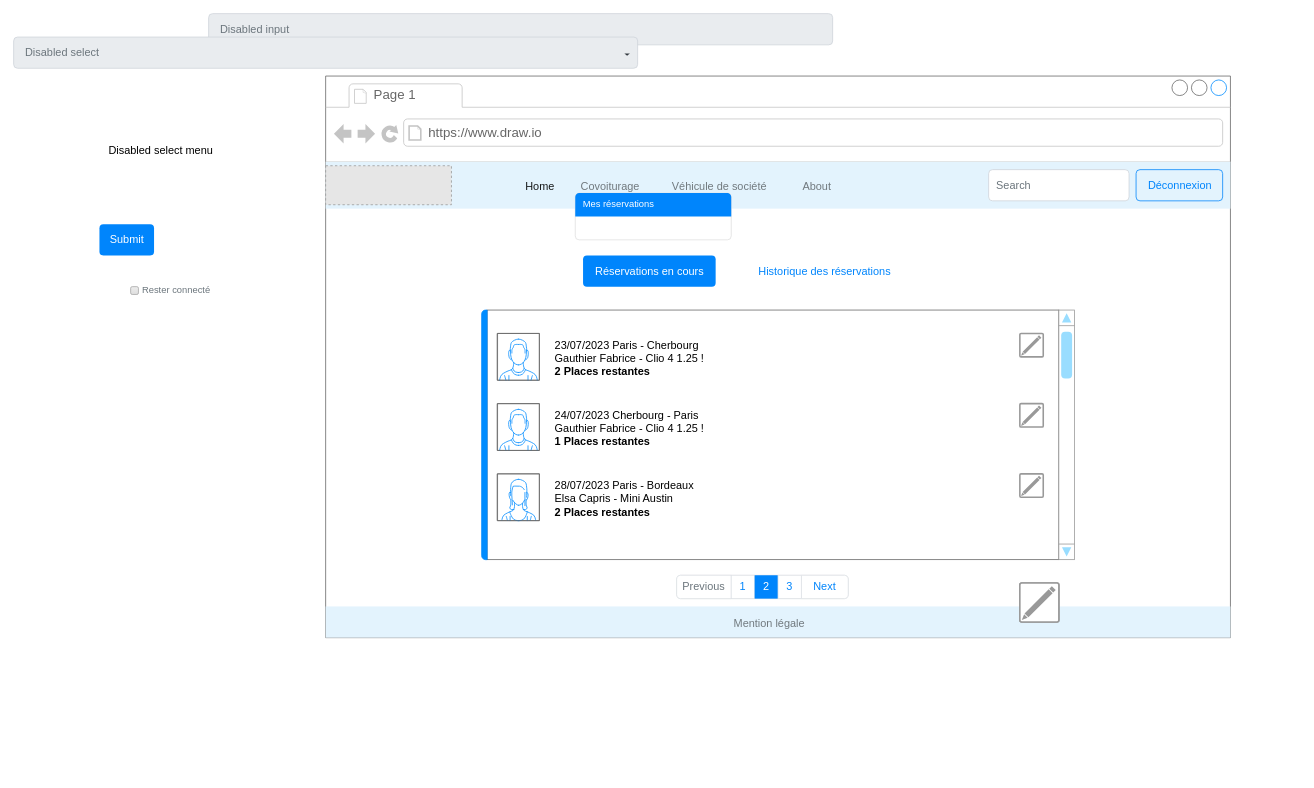
Before: page "Covoiturage_Visualiser_enCours" (5 of 7) of UI_UX/maquette-4.drawio.xml in SI-Gestion-des-transports/GESTIT_conception, a draw.io diagram. Source tidied: cells renumbered, new cells numbered last; positions are measured from the earlier drawing's top-left corner, leaving out a move shared by most shapes. Both pictures are drawn from the tidied source at 78%, with x=0, y=0 at pixel (13, 13). Pictures stored in the file or linked from it are replaced by grey dashed boxes.
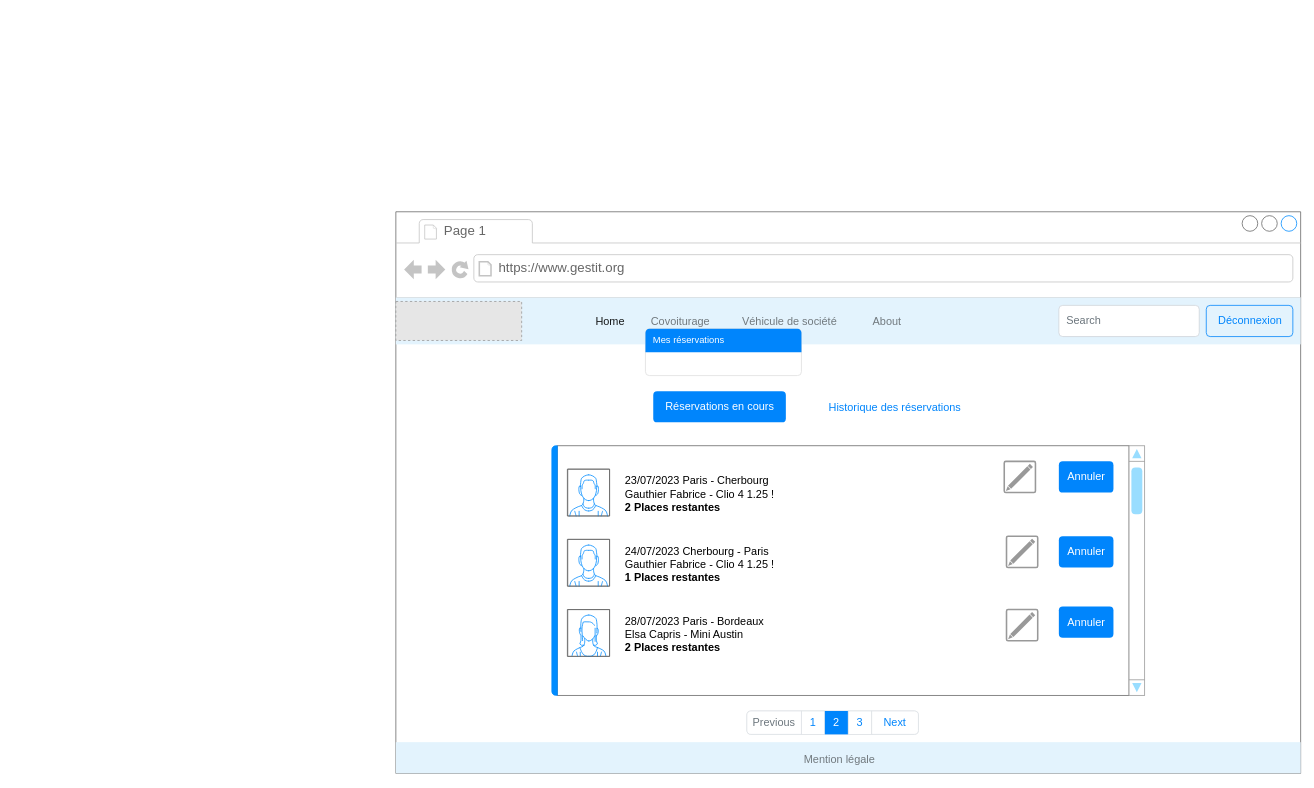
Above is the later version.

Commit message:
Mettre à jour maquette-4.drawio.xml

The change refers to these unchanged cells:
```xml
<mxCell id="26" style="strokeWidth=1;shadow=0;dashed=0;align=center;html=1;shape=mxgraph.mockup.containers.marginRect2;rectMarginLeft=67;strokeColor=#666666;gradientColor=none;whiteSpace=wrap;" parent="2" vertex="1">
  <mxGeometry x="140" y="300" width="800" height="320" as="geometry" />
</mxCell>
```

Change to the diagram source:
```diff
@@
+    <mxCell id="46" style="group;" parent="1" vertex="1">
+      <mxGeometry x="490" y="254" width="1160" height="720" as="geometry" />
+    </mxCell>
-    <mxCell id="2" style="strokeWidth=1;shadow=0;dashed=0;align=center;html=1;shape=mxgraph.mockup.containers.browserWindow;rSize=0;strokeColor=#666666;strokeColor2=#008cff;strokeColor3=#c4c4c4;mainText=,;" parent="1" vertex="1">
-      <mxGeometry x="400" y="80" width="1160" height="720" as="geometry" />
+    <mxCell id="2" style="strokeWidth=1;shadow=0;dashed=0;align=center;html=1;shape=mxgraph.mockup.containers.browserWindow;rSize=0;strokeColor=#666666;strokeColor2=#008cff;strokeColor3=#c4c4c4;mainText=,;" parent="46" vertex="1">
+      <mxGeometry width="1160" height="720" as="geometry" />
     </mxCell>
@@
-    <mxCell id="12" value="https://www.draw.io" style="strokeWidth=1;shadow=0;dashed=0;align=center;html=1;shape=mxgraph.mockup.containers.anchor;rSize=0;fontSize=17;fontColor=#666666;align=left;" parent="2" vertex="1">
+    <mxCell id="12" value="https://www.gestit.org" style="strokeWidth=1;shadow=0;dashed=0;align=center;html=1;shape=mxgraph.mockup.containers.anchor;rSize=0;fontSize=17;fontColor=#666666;align=left;" parent="2" vertex="1">
       <mxGeometry x="130" y="60" width="250" height="26" as="geometry" />
     </mxCell>
@@
+    <mxCell id="47" style="strokeColor=#999999;verticalLabelPosition=bottom;shadow=0;dashed=0;verticalAlign=top;strokeWidth=2;html=1;shape=mxgraph.mockup.misc.editIcon;" parent="26" vertex="1">
+      <mxGeometry x="642.9" y="116" width="40" height="40" as="geometry" />
+    </mxCell>
+    <mxCell id="48" value="Annuler" style="html=1;shadow=0;dashed=0;shape=mxgraph.bootstrap.rrect;rSize=5;fillColor=#0085FC;strokeColor=none;align=center;spacing=15;fontSize=14;fontColor=#ffffff;" parent="26" vertex="1">
+      <mxGeometry x="710" y="116" width="70" height="40" as="geometry" />
+    </mxCell>
+    <mxCell id="49" style="strokeColor=#999999;verticalLabelPosition=bottom;shadow=0;dashed=0;verticalAlign=top;strokeWidth=2;html=1;shape=mxgraph.mockup.misc.editIcon;" parent="26" vertex="1">
+      <mxGeometry x="642.9" y="210" width="40" height="40" as="geometry" />
+    </mxCell>
+    <mxCell id="37" style="verticalLabelPosition=bottom;shadow=0;dashed=0;align=center;html=1;verticalAlign=top;strokeWidth=1;shape=mxgraph.mockup.navigation.scrollBar;strokeColor=#999999;barPos=96.5;fillColor2=#99ddff;strokeColor2=none;direction=north;" parent="2" vertex="1">
+      <mxGeometry x="940" y="300" width="17.9" height="320" as="geometry" />
+    </mxCell>
-    <mxCell id="34" style="strokeColor=#999999;verticalLabelPosition=bottom;shadow=0;dashed=0;verticalAlign=top;strokeWidth=2;html=1;shape=mxgraph.mockup.misc.editIcon;" parent="26" vertex="1">
-      <mxGeometry x="750" y="30" width="30" height="30" as="geometry" />
+    <mxCell id="34" style="strokeColor=#999999;verticalLabelPosition=bottom;shadow=0;dashed=0;verticalAlign=top;strokeWidth=2;html=1;shape=mxgraph.mockup.misc.editIcon;" parent="46" vertex="1">
+      <mxGeometry x="780" y="320" width="40" height="40" as="geometry" />
     </mxCell>
-    <mxCell id="35" style="strokeColor=#999999;verticalLabelPosition=bottom;shadow=0;dashed=0;verticalAlign=top;strokeWidth=2;html=1;shape=mxgraph.mockup.misc.editIcon;" parent="26" vertex="1">
-      <mxGeometry x="750" y="120" width="30" height="30" as="geometry" />
-    </mxCell>
-    <mxCell id="36" style="strokeColor=#999999;verticalLabelPosition=bottom;shadow=0;dashed=0;verticalAlign=top;strokeWidth=2;html=1;shape=mxgraph.mockup.misc.editIcon;" parent="26" vertex="1">
-      <mxGeometry x="750" y="210" width="30" height="30" as="geometry" />
-    </mxCell>
-    <mxCell id="37" style="verticalLabelPosition=bottom;shadow=0;dashed=0;align=center;html=1;verticalAlign=top;strokeWidth=1;shape=mxgraph.mockup.navigation.scrollBar;strokeColor=#999999;barPos=96.5;fillColor2=#99ddff;strokeColor2=none;direction=north;" parent="2" vertex="1">
-      <mxGeometry x="940" y="300" width="17.9" height="320" as="geometry" />
-    </mxCell>
-    <mxCell id="38" value="Disabled input" style="html=1;shadow=0;dashed=0;shape=mxgraph.bootstrap.rrect;rSize=5;fillColor=#E9ECEF;strokeColor=#CED4DA;align=left;spacing=15;fontSize=14;fontColor=#6C767D;" parent="1" vertex="1">
-      <mxGeometry x="250" width="800" height="40" as="geometry" />
-    </mxCell>
-    <mxCell id="39" value="Disabled select menu" style="fillColor=none;strokeColor=none;align=left;fontSize=14;" parent="1" vertex="1">
-      <mxGeometry x="120" y="160" width="100" height="30" as="geometry" />
-    </mxCell>
-    <mxCell id="40" value="Disabled select" style="html=1;shadow=0;dashed=0;shape=mxgraph.bootstrap.rrect;rSize=5;fillColor=#E9ECEF;strokeColor=#CED4DA;align=left;spacing=15;fontSize=14;fontColor=#6C767D;" parent="1" vertex="1">
-      <mxGeometry y="30" width="800" height="40" as="geometry" />
-    </mxCell>
-    <mxCell id="41" style="shape=triangle;direction=south;fillColor=#343A40;strokeColor=none;perimeter=none;" parent="40" vertex="1">
-      <mxGeometry x="1" y="0.5" width="7" height="3" relative="1" as="geometry">
-        <mxPoint x="-17" y="1" as="offset" />
-      </mxGeometry>
-    </mxCell>
-    <mxCell id="42" value="Rester connecté" style="html=1;shadow=0;dashed=0;shape=mxgraph.bootstrap.checkbox2;labelPosition=right;verticalLabelPosition=middle;align=left;verticalAlign=middle;gradientColor=#DEDEDE;fillColor=#EDEDED;strokeColor=#A6A6A6;checked=0;spacing=5;fontColor=#6C767D;checkedFill=#0085FC;checkedStroke=#ffffff;" parent="1" vertex="1">
-      <mxGeometry x="150" y="350" width="10" height="10" as="geometry" />
-    </mxCell>
-    <mxCell id="43" value="Submit" style="html=1;shadow=0;dashed=0;shape=mxgraph.bootstrap.rrect;rSize=5;fillColor=#0085FC;strokeColor=none;align=center;spacing=15;fontSize=14;fontColor=#ffffff;" parent="1" vertex="1">
-      <mxGeometry x="110" y="270" width="70" height="40" as="geometry" />
-    </mxCell>
-    <mxCell id="44" style="strokeColor=#999999;verticalLabelPosition=bottom;shadow=0;dashed=0;verticalAlign=top;strokeWidth=2;html=1;shape=mxgraph.mockup.misc.editIcon;" parent="1" vertex="1">
-      <mxGeometry x="1290" y="730" width="50" height="50" as="geometry" />
-    </mxCell>
-    <mxCell id="45" style="strokeColor=#999999;verticalLabelPosition=bottom;shadow=0;dashed=0;verticalAlign=top;strokeWidth=2;html=1;shape=mxgraph.mockup.misc.editIcon;" parent="1" vertex="1">
-      <mxGeometry x="1290" y="730" width="50" height="50" as="geometry" />
-    </mxCell>
+    <mxCell id="50" value="Annuler" style="html=1;shadow=0;dashed=0;shape=mxgraph.bootstrap.rrect;rSize=5;fillColor=#0085FC;strokeColor=none;align=center;spacing=15;fontSize=14;fontColor=#ffffff;" parent="46" vertex="1">
+      <mxGeometry x="850" y="506" width="70" height="40" as="geometry" />
+    </mxCell>
+    <mxCell id="51" value="Annuler" style="html=1;shadow=0;dashed=0;shape=mxgraph.bootstrap.rrect;rSize=5;fillColor=#0085FC;strokeColor=none;align=center;spacing=15;fontSize=14;fontColor=#ffffff;" parent="46" vertex="1">
+      <mxGeometry x="850" y="320" width="70" height="40" as="geometry" />
+    </mxCell>
```
